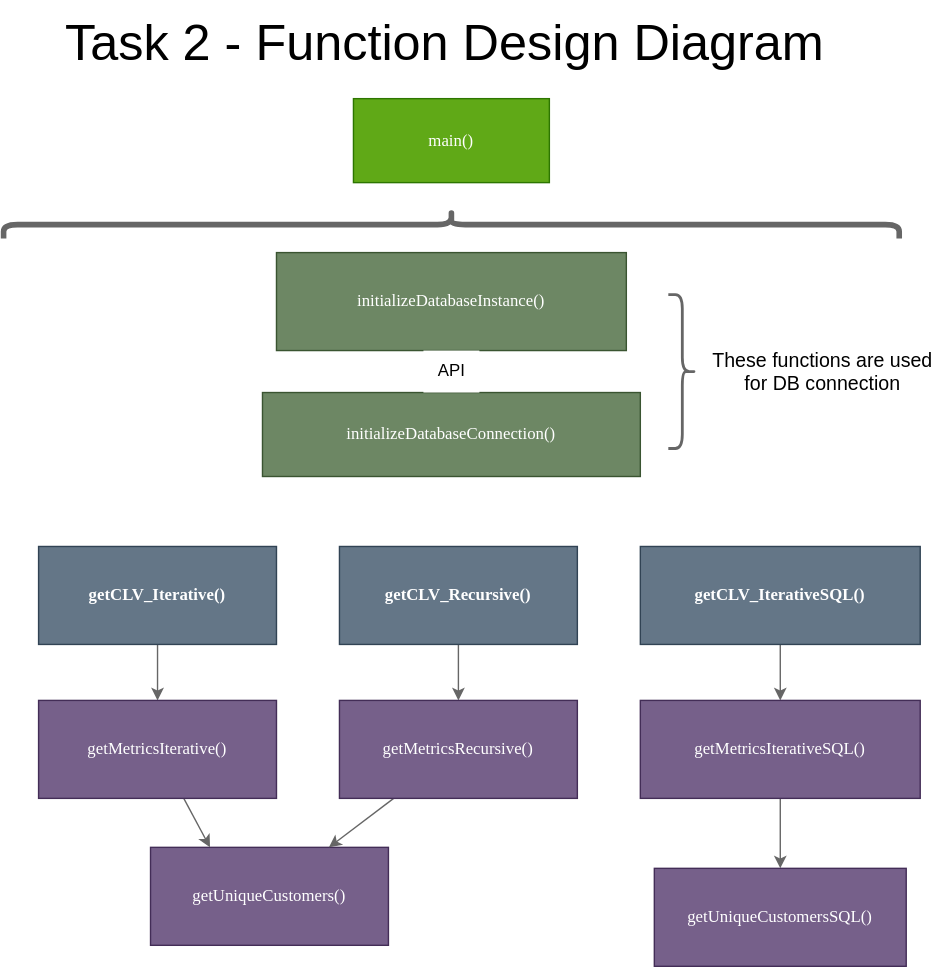
Musiik-fn/622-Final-Project keeps this draw.io diagram as Task 2/Task2_Functions_Flow.svg. Above is the earlier version. Source tidied: cells renumbered, new cells last; positions are measured from the earlier drawing's top-left corner, leaving out a move shared by most shapes.
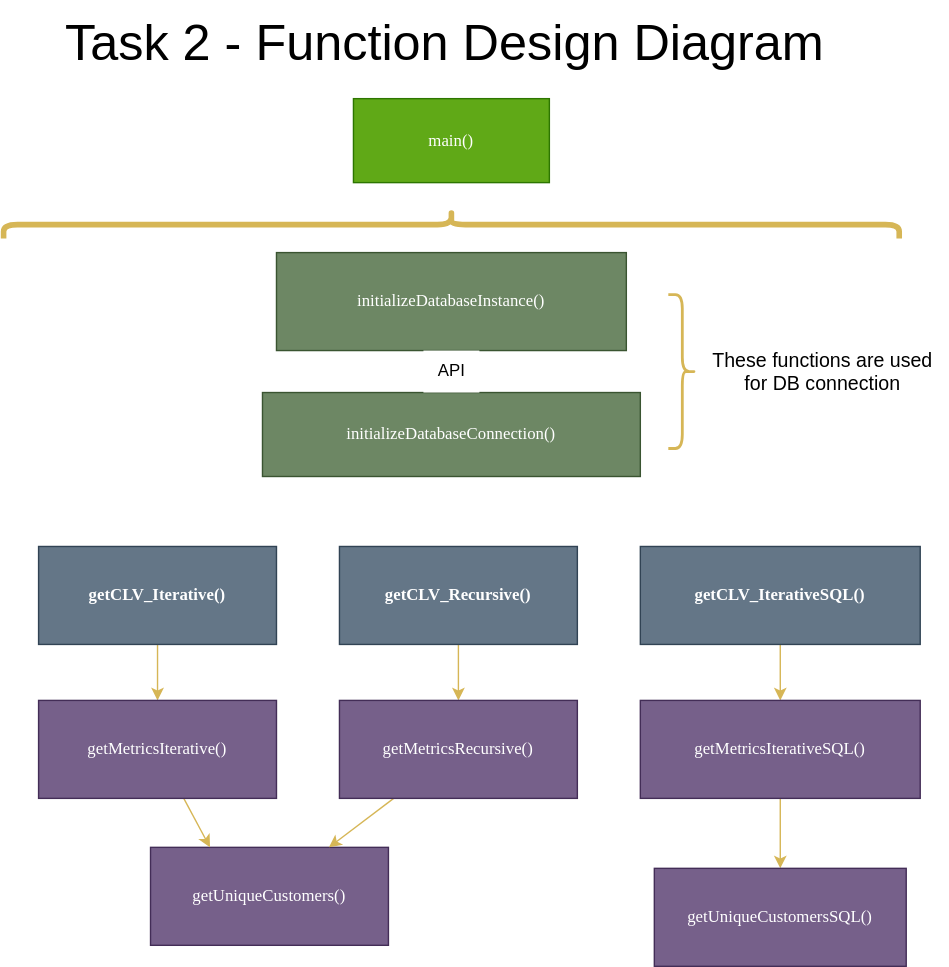
Above is the later version.

The edit, as a diff of the source:
```diff
@@ -5,25 +5,25 @@
     <mxCell id="2" value="&lt;font face=&quot;Lucida Console&quot;&gt;initializeDatabaseInstance()&lt;/font&gt;" style="rounded=0;whiteSpace=wrap;html=1;fillColor=#6d8764;strokeColor=#3A5431;fontColor=#ffffff;" parent="1" vertex="1">
       <mxGeometry x="170" y="340" width="250" height="70" as="geometry" />
     </mxCell>
-    <mxCell id="3" style="edgeStyle=none;html=1;entryX=0.5;entryY=0;entryDx=0;entryDy=0;fillColor=#f5f5f5;strokeColor=#666666;" parent="1" edge="1" source="4" target="10">
+    <mxCell id="3" style="edgeStyle=none;html=1;entryX=0.5;entryY=0;entryDx=0;entryDy=0;fillColor=#fff2cc;strokeColor=#d6b656;" parent="1" edge="1" source="4" target="10">
       <mxGeometry relative="1" as="geometry" />
     </mxCell>
     <mxCell id="4" value="&lt;font face=&quot;Lucida Console&quot;&gt;&lt;b&gt;getCLV_Iterative()&lt;/b&gt;&lt;/font&gt;" style="rounded=0;whiteSpace=wrap;html=1;fillColor=#647687;strokeColor=#314354;fontColor=#ffffff;" parent="1" vertex="1">
       <mxGeometry y="550" width="170" height="70" as="geometry" />
     </mxCell>
-    <mxCell id="5" style="edgeStyle=none;curved=1;html=1;entryX=0.5;entryY=0;entryDx=0;entryDy=0;fillColor=#f5f5f5;strokeColor=#666666;" parent="1" edge="1" source="6" target="15">
+    <mxCell id="5" style="edgeStyle=none;curved=1;html=1;entryX=0.5;entryY=0;entryDx=0;entryDy=0;fillColor=#fff2cc;strokeColor=#d6b656;" parent="1" edge="1" source="6" target="15">
       <mxGeometry relative="1" as="geometry" />
     </mxCell>
     <mxCell id="6" value="&lt;font face=&quot;Lucida Console&quot;&gt;&lt;b&gt;getCLV_Recursive()&lt;/b&gt;&lt;/font&gt;" style="rounded=0;whiteSpace=wrap;html=1;fillColor=#647687;strokeColor=#314354;fontColor=#ffffff;" parent="1" vertex="1">
       <mxGeometry x="215" y="550" width="170" height="70" as="geometry" />
     </mxCell>
-    <mxCell id="7" style="edgeStyle=none;html=1;entryX=0.5;entryY=0;entryDx=0;entryDy=0;exitX=0.5;exitY=1;exitDx=0;exitDy=0;fillColor=#f5f5f5;strokeColor=#666666;" parent="1" edge="1" source="18" target="17">
+    <mxCell id="7" style="edgeStyle=none;html=1;entryX=0.5;entryY=0;entryDx=0;entryDy=0;exitX=0.5;exitY=1;exitDx=0;exitDy=0;fillColor=#fff2cc;strokeColor=#d6b656;" parent="1" edge="1" source="18" target="17">
       <mxGeometry relative="1" as="geometry" />
     </mxCell>
     <mxCell id="8" value="&lt;font face=&quot;Lucida Console&quot;&gt;getUniqueCustomers()&lt;/font&gt;" style="rounded=0;whiteSpace=wrap;html=1;fillColor=#76608a;strokeColor=#432D57;fontColor=#ffffff;" parent="1" vertex="1">
       <mxGeometry x="80" y="765" width="170" height="70" as="geometry" />
     </mxCell>
-    <mxCell id="9" style="edgeStyle=none;html=1;entryX=0.25;entryY=0;entryDx=0;entryDy=0;curved=1;fillColor=#f5f5f5;strokeColor=#666666;" parent="1" edge="1" source="10" target="8">
+    <mxCell id="9" style="edgeStyle=none;html=1;entryX=0.25;entryY=0;entryDx=0;entryDy=0;curved=1;fillColor=#fff2cc;strokeColor=#d6b656;" parent="1" edge="1" source="10" target="8">
       <mxGeometry relative="1" as="geometry" />
     </mxCell>
     <mxCell id="10" value="&lt;font face=&quot;Lucida Console&quot;&gt;getMetricsIterative()&lt;/font&gt;" style="rounded=0;whiteSpace=wrap;html=1;fillColor=#76608a;strokeColor=#432D57;fontColor=#ffffff;" parent="1" vertex="1">
@@ -38,13 +38,13 @@
     <mxCell id="13" value="API" style="text;html=1;align=center;verticalAlign=middle;points=[];strokeColor=none;fillColor=default;" parent="1" vertex="1">
       <mxGeometry x="275" y="410" width="40" height="30" as="geometry" />
     </mxCell>
-    <mxCell id="14" style="edgeStyle=none;html=1;entryX=0.75;entryY=0;entryDx=0;entryDy=0;fillColor=#f5f5f5;strokeColor=#666666;" parent="1" edge="1" source="15" target="8">
+    <mxCell id="14" style="edgeStyle=none;html=1;entryX=0.75;entryY=0;entryDx=0;entryDy=0;fillColor=#fff2cc;strokeColor=#d6b656;" parent="1" edge="1" source="15" target="8">
       <mxGeometry relative="1" as="geometry" />
     </mxCell>
     <mxCell id="15" value="&lt;font face=&quot;Lucida Console&quot;&gt;getMetricsRecursive()&lt;/font&gt;" style="rounded=0;whiteSpace=wrap;html=1;fillColor=#76608a;strokeColor=#432D57;fontColor=#ffffff;" parent="1" vertex="1">
       <mxGeometry x="215" y="660" width="170" height="70" as="geometry" />
     </mxCell>
-    <mxCell id="16" style="edgeStyle=none;html=1;entryX=0.5;entryY=0;entryDx=0;entryDy=0;fillColor=#f5f5f5;strokeColor=#666666;" parent="1" edge="1" source="17" target="19">
+    <mxCell id="16" style="edgeStyle=none;html=1;entryX=0.5;entryY=0;entryDx=0;entryDy=0;fillColor=#fff2cc;strokeColor=#d6b656;" parent="1" edge="1" source="17" target="19">
       <mxGeometry relative="1" as="geometry" />
     </mxCell>
     <mxCell id="17" value="&lt;font face=&quot;Lucida Console&quot;&gt;getMetricsIterativeSQL()&lt;/font&gt;" style="rounded=0;whiteSpace=wrap;html=1;fillColor=#76608a;strokeColor=#432D57;fontColor=#ffffff;" parent="1" vertex="1">
@@ -62,13 +62,13 @@
     <mxCell id="21" value="&lt;font face=&quot;Lucida Console&quot;&gt;main()&lt;/font&gt;" style="rounded=0;whiteSpace=wrap;html=1;fillColor=#60a917;fontColor=#ffffff;strokeColor=#2D7600;" parent="1" vertex="1">
       <mxGeometry x="225" y="230" width="140" height="60" as="geometry" />
     </mxCell>
-    <mxCell id="22" style="shape=curlyBracket;whiteSpace=wrap;html=1;rounded=1;flipH=1;labelPosition=right;verticalLabelPosition=middle;align=left;verticalAlign=middle;fontSize=72;rotation=-90;strokeWidth=4;perimeterSpacing=0;fillColor=#f5f5f5;fontColor=#333333;strokeColor=#666666;" parent="1" vertex="1">
+    <mxCell id="22" style="shape=curlyBracket;whiteSpace=wrap;html=1;rounded=1;flipH=1;labelPosition=right;verticalLabelPosition=middle;align=left;verticalAlign=middle;fontSize=72;rotation=-90;strokeWidth=4;perimeterSpacing=0;fillColor=#fff2cc;strokeColor=#d6b656;" parent="1" vertex="1">
       <mxGeometry x="285" width="20" height="640" as="geometry" />
     </mxCell>
     <mxCell id="23" value="&lt;font style=&quot;font-size: 14px;&quot;&gt;These functions are used &lt;br&gt;for DB connection&lt;/font&gt;" style="text;html=1;align=center;verticalAlign=middle;strokeColor=none;fillColor=default;" parent="1" vertex="1">
       <mxGeometry x="470" y="400" width="180" height="50" as="geometry" />
     </mxCell>
-    <mxCell id="24" style="shape=curlyBracket;whiteSpace=wrap;html=1;rounded=1;flipH=1;labelPosition=right;verticalLabelPosition=middle;align=left;verticalAlign=middle;fontSize=72;rotation=0;strokeWidth=2;perimeterSpacing=0;fillColor=#f5f5f5;fontColor=#333333;strokeColor=#666666;" parent="1" vertex="1">
+    <mxCell id="24" style="shape=curlyBracket;whiteSpace=wrap;html=1;rounded=1;flipH=1;labelPosition=right;verticalLabelPosition=middle;align=left;verticalAlign=middle;fontSize=72;rotation=0;strokeWidth=2;perimeterSpacing=0;fillColor=#fff2cc;strokeColor=#d6b656;" parent="1" vertex="1">
       <mxGeometry x="450" y="370" width="20" height="110" as="geometry" />
     </mxCell>
   </root>
```
